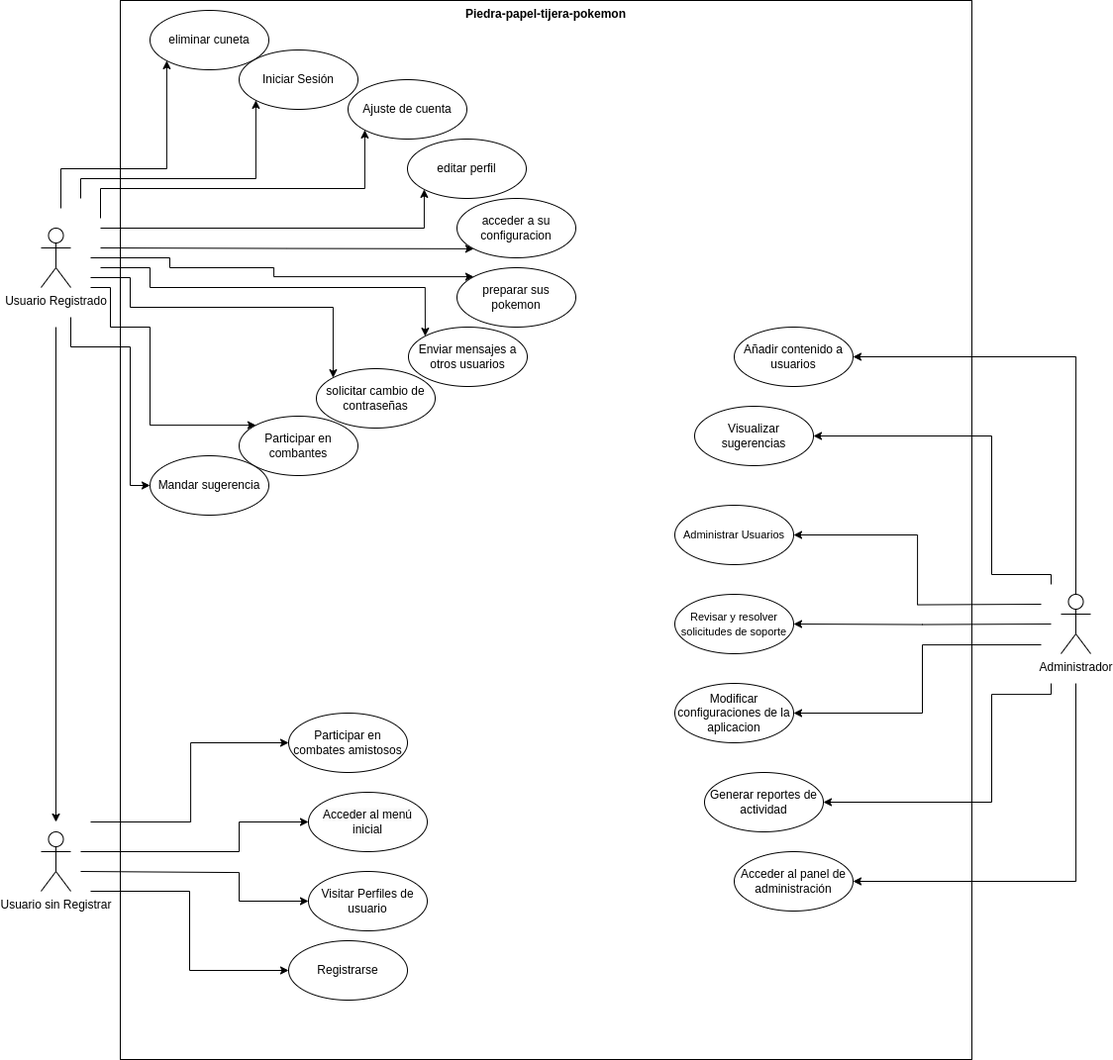
Earlier version of the draw.io export Diagramas/Caso_de_uso_pkgame.png (diego-febles-seoane/pk-game). Source tidied: cells renumbered, new cells last; positions are measured from the earlier drawing's top-left corner, leaving out a move shared by most shapes.
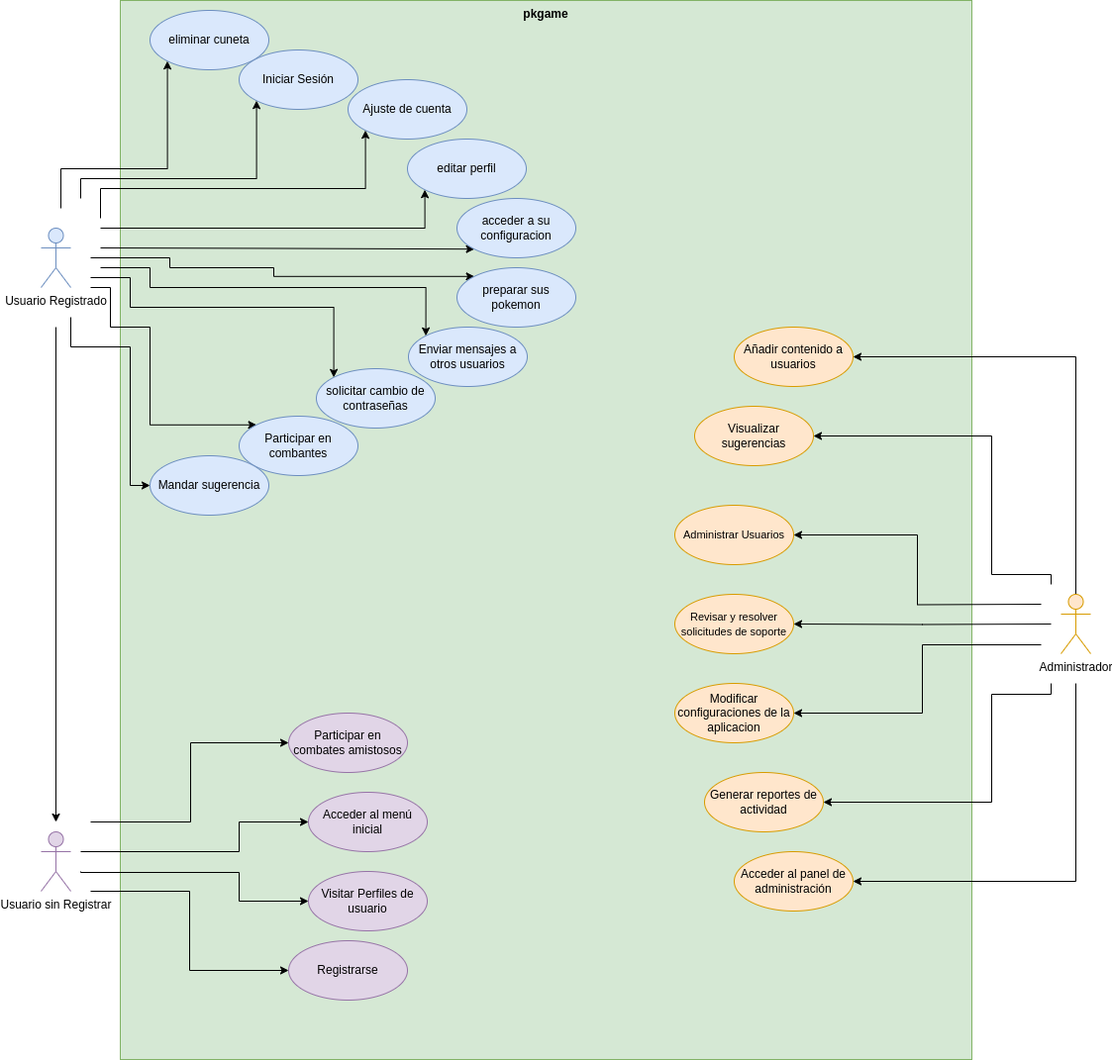
After the commit.

Commit message:
Altualizacion Casos de uso

Diff of the diagram source:
```diff
@@ -2,7 +2,7 @@
   <root>
     <mxCell id="0" />
     <mxCell id="1" parent="0" />
-    <mxCell id="2" value="Piedra-papel-tijera-pokemon" style="shape=rect;html=1;verticalAlign=top;fontStyle=1;whiteSpace=wrap;align=center;" parent="1" vertex="1">
+    <mxCell id="2" value="pkgame&lt;div&gt;&lt;br&gt;&lt;/div&gt;" style="shape=rect;html=1;verticalAlign=top;fontStyle=1;whiteSpace=wrap;align=center;fillColor=#d5e8d4;strokeColor=#82b366;" parent="1" vertex="1">
       <mxGeometry x="80" width="860" height="1070" as="geometry" />
     </mxCell>
     <mxCell id="3" style="edgeStyle=orthogonalEdgeStyle;rounded=0;orthogonalLoop=1;jettySize=auto;html=1;" parent="1" edge="1">
@@ -106,7 +106,7 @@
         </Array>
       </mxGeometry>
     </mxCell>
-    <mxCell id="14" value="Usuario Registrado" style="shape=umlActor;html=1;verticalLabelPosition=bottom;verticalAlign=top;align=center;" parent="1" vertex="1">
+    <mxCell id="14" value="Usuario Registrado" style="shape=umlActor;html=1;verticalLabelPosition=bottom;verticalAlign=top;align=center;fillColor=#dae8fc;strokeColor=#6c8ebf;" parent="1" vertex="1">
       <mxGeometry y="230" width="30" height="60" as="geometry" />
     </mxCell>
     <mxCell id="15" style="edgeStyle=orthogonalEdgeStyle;rounded=0;jettySize=auto;html=1;entryX=0;entryY=0.5;entryDx=0;entryDy=0;" parent="1" edge="1" target="32">
@@ -145,7 +145,7 @@
         </Array>
       </mxGeometry>
     </mxCell>
-    <mxCell id="19" value="Usuario sin Registrar" style="shape=umlActor;html=1;verticalLabelPosition=bottom;verticalAlign=top;align=center;" parent="1" vertex="1">
+    <mxCell id="19" value="Usuario sin Registrar" style="shape=umlActor;html=1;verticalLabelPosition=bottom;verticalAlign=top;align=center;fillColor=#e1d5e7;strokeColor=#9673a6;" parent="1" vertex="1">
       <mxGeometry y="840" width="30" height="60" as="geometry" />
     </mxCell>
     <mxCell id="20" style="edgeStyle=orthogonalEdgeStyle;rounded=0;jettySize=auto;html=1;entryX=1;entryY=0.5;entryDx=0;entryDy=0;" parent="1" edge="1" target="36">
@@ -199,70 +199,70 @@
         </Array>
       </mxGeometry>
     </mxCell>
-    <mxCell id="27" value="Administrador" style="shape=umlActor;html=1;verticalLabelPosition=bottom;verticalAlign=top;align=center;" parent="1" vertex="1">
+    <mxCell id="27" value="Administrador" style="shape=umlActor;html=1;verticalLabelPosition=bottom;verticalAlign=top;align=center;fillColor=#ffe6cc;strokeColor=#d79b00;" parent="1" vertex="1">
       <mxGeometry x="1030" y="600" width="30" height="60" as="geometry" />
     </mxCell>
-    <mxCell id="28" value="Iniciar Sesión" style="ellipse;whiteSpace=wrap;html=1;" parent="1" vertex="1">
+    <mxCell id="28" value="Iniciar Sesión" style="ellipse;whiteSpace=wrap;html=1;fillColor=#dae8fc;strokeColor=#6c8ebf;" parent="1" vertex="1">
       <mxGeometry x="200" y="50" width="120" height="60" as="geometry" />
     </mxCell>
-    <mxCell id="29" value="Registrarse" style="ellipse;whiteSpace=wrap;html=1;" parent="1" vertex="1">
+    <mxCell id="29" value="Registrarse" style="ellipse;whiteSpace=wrap;html=1;fillColor=#e1d5e7;strokeColor=#9673a6;" parent="1" vertex="1">
       <mxGeometry x="250" y="950" width="120" height="60" as="geometry" />
     </mxCell>
-    <mxCell id="30" value="Visitar Perfiles de usuario" style="ellipse;whiteSpace=wrap;html=1;" parent="1" vertex="1">
+    <mxCell id="30" value="Visitar Perfiles de usuario" style="ellipse;whiteSpace=wrap;html=1;fillColor=#e1d5e7;strokeColor=#9673a6;" parent="1" vertex="1">
       <mxGeometry x="270" y="880" width="120" height="60" as="geometry" />
     </mxCell>
-    <mxCell id="31" value="&lt;span style=&quot;color: rgb(0, 0, 0); font-family: Helvetica; font-size: 12px; font-style: normal; font-variant-ligatures: normal; font-variant-caps: normal; font-weight: 400; letter-spacing: normal; orphans: 2; text-align: center; text-indent: 0px; text-transform: none; widows: 2; word-spacing: 0px; -webkit-text-stroke-width: 0px; white-space: normal; background-color: rgb(251, 251, 251); text-decoration-thickness: initial; text-decoration-style: initial; text-decoration-color: initial; display: inline !important; float: none;&quot;&gt;Acceder al menú inicial&lt;/span&gt;" style="ellipse;whiteSpace=wrap;html=1;" parent="1" vertex="1">
+    <mxCell id="31" value="&lt;p&gt;&lt;span style=&quot;color: rgb(0, 0, 0); font-family: Helvetica; font-size: 12px; font-style: normal; font-variant-ligatures: normal; font-variant-caps: normal; letter-spacing: normal; orphans: 2; text-align: center; text-indent: 0px; text-transform: none; widows: 2; word-spacing: 0px; -webkit-text-stroke-width: 0px; white-space: normal; text-decoration-thickness: initial; text-decoration-style: initial; text-decoration-color: initial; float: none; display: inline !important;&quot;&gt;Acceder al menú inicial&lt;/span&gt;&lt;/p&gt;" style="ellipse;whiteSpace=wrap;html=1;fillColor=#e1d5e7;strokeColor=#9673a6;" parent="1" vertex="1">
       <mxGeometry x="270" y="800" width="120" height="60" as="geometry" />
     </mxCell>
-    <mxCell id="32" value="Participar en combates amistosos" style="ellipse;whiteSpace=wrap;html=1;" parent="1" vertex="1">
+    <mxCell id="32" value="Participar en combates amistosos" style="ellipse;whiteSpace=wrap;html=1;fillColor=#e1d5e7;strokeColor=#9673a6;" parent="1" vertex="1">
       <mxGeometry x="250" y="720" width="120" height="60" as="geometry" />
     </mxCell>
-    <mxCell id="33" value="Generar reportes de actividad" style="ellipse;whiteSpace=wrap;html=1;" parent="1" vertex="1">
+    <mxCell id="33" value="Generar reportes de actividad" style="ellipse;whiteSpace=wrap;html=1;fillColor=#ffe6cc;strokeColor=#d79b00;" parent="1" vertex="1">
       <mxGeometry x="670" y="780" width="120" height="60" as="geometry" />
     </mxCell>
-    <mxCell id="34" value="Acceder al panel de administración" style="ellipse;whiteSpace=wrap;html=1;" parent="1" vertex="1">
+    <mxCell id="34" value="Acceder al panel de administración" style="ellipse;whiteSpace=wrap;html=1;fillColor=#ffe6cc;strokeColor=#d79b00;" parent="1" vertex="1">
       <mxGeometry x="700" y="860" width="120" height="60" as="geometry" />
     </mxCell>
-    <mxCell id="35" value="Modificar configuraciones de la aplicacion" style="ellipse;whiteSpace=wrap;html=1;" parent="1" vertex="1">
+    <mxCell id="35" value="Modificar configuraciones de la aplicacion" style="ellipse;whiteSpace=wrap;html=1;fillColor=#ffe6cc;strokeColor=#d79b00;" parent="1" vertex="1">
       <mxGeometry x="640" y="690" width="120" height="60" as="geometry" />
     </mxCell>
-    <mxCell id="36" value="&lt;font style=&quot;font-size: 11px;&quot;&gt;Revisar y resolver solicitudes de soporte&lt;/font&gt;" style="ellipse;whiteSpace=wrap;html=1;" parent="1" vertex="1">
+    <mxCell id="36" value="&lt;font style=&quot;font-size: 11px;&quot;&gt;Revisar y resolver solicitudes de soporte&lt;/font&gt;" style="ellipse;whiteSpace=wrap;html=1;fillColor=#ffe6cc;strokeColor=#d79b00;" parent="1" vertex="1">
       <mxGeometry x="640" y="600" width="120" height="60" as="geometry" />
     </mxCell>
-    <mxCell id="37" value="Visualizar sugerencias" style="ellipse;whiteSpace=wrap;html=1;" parent="1" vertex="1">
+    <mxCell id="37" value="Visualizar sugerencias" style="ellipse;whiteSpace=wrap;html=1;fillColor=#ffe6cc;strokeColor=#d79b00;" parent="1" vertex="1">
       <mxGeometry x="660" y="410" width="120" height="60" as="geometry" />
     </mxCell>
-    <mxCell id="38" value="Añadir contenido a usuarios" style="ellipse;whiteSpace=wrap;html=1;" parent="1" vertex="1">
+    <mxCell id="38" value="Añadir contenido a usuarios" style="ellipse;whiteSpace=wrap;html=1;fillColor=#ffe6cc;strokeColor=#d79b00;" parent="1" vertex="1">
       <mxGeometry x="700" y="330" width="120" height="60" as="geometry" />
     </mxCell>
-    <mxCell id="39" value="&lt;span style=&quot;font-size: 11px;&quot;&gt;Administrar Usuarios&lt;/span&gt;" style="ellipse;whiteSpace=wrap;html=1;" parent="1" vertex="1">
+    <mxCell id="39" value="&lt;span style=&quot;font-size: 11px;&quot;&gt;Administrar Usuarios&lt;/span&gt;" style="ellipse;whiteSpace=wrap;html=1;fillColor=#ffe6cc;strokeColor=#d79b00;" parent="1" vertex="1">
       <mxGeometry x="640" y="510" width="120" height="60" as="geometry" />
     </mxCell>
-    <mxCell id="40" value="Ajuste de cuenta" style="ellipse;whiteSpace=wrap;html=1;" parent="1" vertex="1">
+    <mxCell id="40" value="Ajuste de cuenta" style="ellipse;whiteSpace=wrap;html=1;fillColor=#dae8fc;strokeColor=#6c8ebf;" parent="1" vertex="1">
       <mxGeometry x="310" y="80" width="120" height="60" as="geometry" />
     </mxCell>
-    <mxCell id="41" value="editar perfil" style="ellipse;whiteSpace=wrap;html=1;" parent="1" vertex="1">
+    <mxCell id="41" value="editar perfil" style="ellipse;whiteSpace=wrap;html=1;fillColor=#dae8fc;strokeColor=#6c8ebf;" parent="1" vertex="1">
       <mxGeometry x="370" y="140" width="120" height="60" as="geometry" />
     </mxCell>
-    <mxCell id="42" value="acceder a su configuracion&lt;span style=&quot;color: rgba(0, 0, 0, 0); font-family: monospace; font-size: 0px; text-align: start; text-wrap: nowrap;&quot;&gt;%3CmxGraphModel%3E%3Croot%3E%3CmxCell%20id%3D%220%22%2F%3E%3CmxCell%20id%3D%221%22%20parent%3D%220%22%2F%3E%3CmxCell%20id%3D%222%22%20value%3D%22editar%20perfil%22%20style%3D%22ellipse%3BwhiteSpace%3Dwrap%3Bhtml%3D1%3B%22%20vertex%3D%221%22%20parent%3D%221%22%3E%3CmxGeometry%20x%3D%22350%22%20y%3D%22-200%22%20width%3D%22120%22%20height%3D%2260%22%20as%3D%22geometry%22%2F%3E%3C%2FmxCell%3E%3C%2Froot%3E%3C%2FmxGraphModel%3E&lt;/span&gt;" style="ellipse;whiteSpace=wrap;html=1;" parent="1" vertex="1">
+    <mxCell id="42" value="acceder a su configuracion&lt;span style=&quot;color: rgba(0, 0, 0, 0); font-family: monospace; font-size: 0px; text-align: start; text-wrap: nowrap;&quot;&gt;%3CmxGraphModel%3E%3Croot%3E%3CmxCell%20id%3D%220%22%2F%3E%3CmxCell%20id%3D%221%22%20parent%3D%220%22%2F%3E%3CmxCell%20id%3D%222%22%20value%3D%22editar%20perfil%22%20style%3D%22ellipse%3BwhiteSpace%3Dwrap%3Bhtml%3D1%3B%22%20vertex%3D%221%22%20parent%3D%221%22%3E%3CmxGeometry%20x%3D%22350%22%20y%3D%22-200%22%20width%3D%22120%22%20height%3D%2260%22%20as%3D%22geometry%22%2F%3E%3C%2FmxCell%3E%3C%2Froot%3E%3C%2FmxGraphModel%3E&lt;/span&gt;" style="ellipse;whiteSpace=wrap;html=1;fillColor=#dae8fc;strokeColor=#6c8ebf;" parent="1" vertex="1">
       <mxGeometry x="420" y="200" width="120" height="60" as="geometry" />
     </mxCell>
-    <mxCell id="43" value="preparar sus pokemon" style="ellipse;whiteSpace=wrap;html=1;" parent="1" vertex="1">
+    <mxCell id="43" value="preparar sus pokemon" style="ellipse;whiteSpace=wrap;html=1;fillColor=#dae8fc;strokeColor=#6c8ebf;" parent="1" vertex="1">
       <mxGeometry x="420" y="270" width="120" height="60" as="geometry" />
     </mxCell>
-    <mxCell id="44" value="Enviar mensajes a otros usuarios" style="ellipse;whiteSpace=wrap;html=1;" parent="1" vertex="1">
+    <mxCell id="44" value="Enviar mensajes a otros usuarios" style="ellipse;whiteSpace=wrap;html=1;fillColor=#dae8fc;strokeColor=#6c8ebf;" parent="1" vertex="1">
       <mxGeometry x="371" y="330" width="120" height="60" as="geometry" />
     </mxCell>
-    <mxCell id="45" value="solicitar cambio de contraseñas" style="ellipse;whiteSpace=wrap;html=1;" parent="1" vertex="1">
+    <mxCell id="45" value="solicitar cambio de contraseñas" style="ellipse;whiteSpace=wrap;html=1;fillColor=#dae8fc;strokeColor=#6c8ebf;" parent="1" vertex="1">
       <mxGeometry x="278" y="372" width="120" height="60" as="geometry" />
     </mxCell>
-    <mxCell id="46" value="Participar en combantes" style="ellipse;whiteSpace=wrap;html=1;" parent="1" vertex="1">
+    <mxCell id="46" value="Participar en combantes" style="ellipse;whiteSpace=wrap;html=1;fillColor=#dae8fc;strokeColor=#6c8ebf;" parent="1" vertex="1">
       <mxGeometry x="200" y="420" width="120" height="60" as="geometry" />
     </mxCell>
-    <mxCell id="47" value="eliminar cuneta" style="ellipse;whiteSpace=wrap;html=1;" parent="1" vertex="1">
+    <mxCell id="47" value="eliminar cuneta" style="ellipse;whiteSpace=wrap;html=1;fillColor=#dae8fc;strokeColor=#6c8ebf;" parent="1" vertex="1">
       <mxGeometry x="110" y="10" width="120" height="60" as="geometry" />
     </mxCell>
-    <mxCell id="48" value="Mandar sugerencia" style="ellipse;whiteSpace=wrap;html=1;" parent="1" vertex="1">
+    <mxCell id="48" value="Mandar sugerencia" style="ellipse;whiteSpace=wrap;html=1;fillColor=#dae8fc;strokeColor=#6c8ebf;" parent="1" vertex="1">
       <mxGeometry x="110" y="460" width="120" height="60" as="geometry" />
     </mxCell>
   </root>
```
